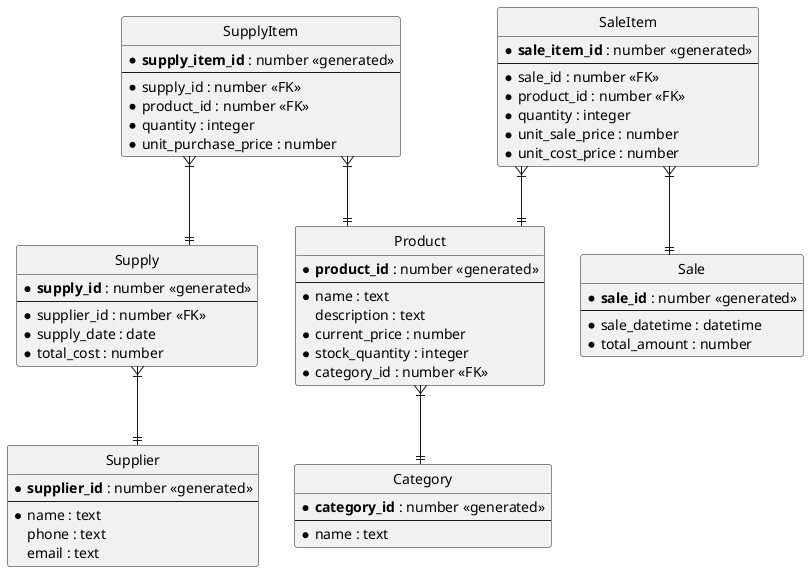
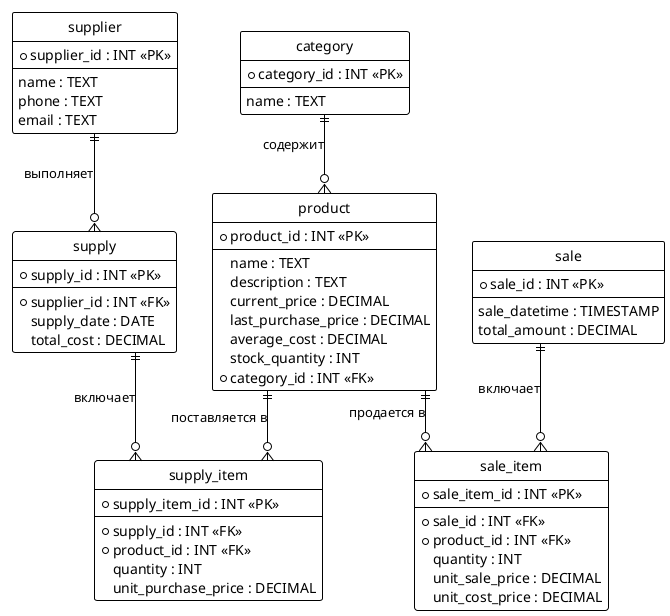
@startuml
+ !theme plain
+ hide circle
skinparam linetype ortho
- hide circle
- entity "Supplier" as Supplier {
-   * **supplier_id** : number <<generated>>
+ 
+ entity "category" {
+   *category_id : INT <<PK>>
  --
-   * name : text
-   phone : text
-   email : text
+   name : TEXT
}

- entity "Category" as Category {
-   * **category_id** : number <<generated>>
+ entity "supplier" {
+   *supplier_id : INT <<PK>>
  --
-   * name : text
+   name : TEXT
+   phone : TEXT
+   email : TEXT
}

- entity "Product" as Product {
-   * **product_id** : number <<generated>>
+ entity "product" {
+   *product_id : INT <<PK>>
  --
-   * name : text
-   description : text
-   * current_price : number
-   * stock_quantity : integer
-   * category_id : number <<FK>>
+   name : TEXT
+   description : TEXT
+   current_price : DECIMAL
+   last_purchase_price : DECIMAL
+   average_cost : DECIMAL
+   stock_quantity : INT
+   *category_id : INT <<FK>>
}

- entity "Supply" as Supply {
-   * **supply_id** : number <<generated>>
+ entity "supply" {
+   *supply_id : INT <<PK>>
  --
-   * supplier_id : number <<FK>>
-   * supply_date : date
-   * total_cost : number
+   *supplier_id : INT <<FK>>
+   supply_date : DATE
+   total_cost : DECIMAL
}

- entity "SupplyItem" as SupplyItem {
-   * **supply_item_id** : number <<generated>>
+ entity "supply_item" {
+   *supply_item_id : INT <<PK>>
  --
-   * supply_id : number <<FK>>
-   * product_id : number <<FK>>
-   * quantity : integer
-   * unit_purchase_price : number
+   *supply_id : INT <<FK>>
+   *product_id : INT <<FK>>
+   quantity : INT
+   unit_purchase_price : DECIMAL
}

- entity "Sale" as Sale {
-   * **sale_id** : number <<generated>>
+ entity "sale" {
+   *sale_id : INT <<PK>>
  --
-   * sale_datetime : datetime
-   * total_amount : number
+   sale_datetime : TIMESTAMP
+   total_amount : DECIMAL
}

- entity "SaleItem" as SaleItem {
-   * **sale_item_id** : number <<generated>>
+ entity "sale_item" {
+   *sale_item_id : INT <<PK>>
  --
-   * sale_id : number <<FK>>
-   * product_id : number <<FK>>
-   * quantity : integer
-   * unit_sale_price : number
-   * unit_cost_price : number
+   *sale_id : INT <<FK>>
+   *product_id : INT <<FK>>
+   quantity : INT
+   unit_sale_price : DECIMAL
+   unit_cost_price : DECIMAL
}

- Product }|--|| Category
- Supply }|--|| Supplier
- SupplyItem }|--|| Supply
- SupplyItem }|--|| Product
- SaleItem }|--|| Sale
- SaleItem }|--|| Product
+ ' Relationships
+ category ||--o{ product : "содержит"
+ supplier ||--o{ supply : "выполняет"
+ supply ||--o{ supply_item : "включает"
+ product ||--o{ supply_item : "поставляется в"
+ sale ||--o{ sale_item : "включает"
+ product ||--o{ sale_item : "продается в"

@enduml